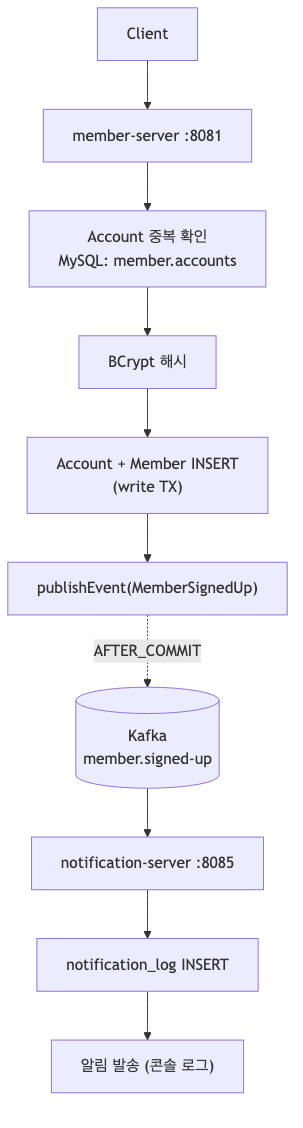
ing9990/deep-blog keeps this Mermaid diagram as mini-coupang/diagrams/img/01-member-signup.png. Above is the earlier version. Its source is kept beside it as mini-coupang/diagrams/src/01-member-signup.mmd.
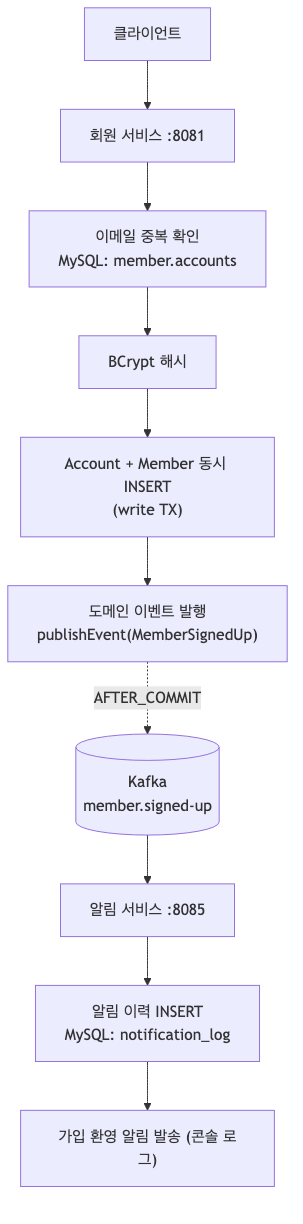
After the change.

What changed in the source:
```diff
@@ -1,10 +1,10 @@
 flowchart TD
-    C["Client"] --> MS["member-server :8081"]
-    MS --> V["Account 중복 확인<br/>MySQL: member.accounts"]
+    C["클라이언트"] --> MS["회원 서비스 :8081"]
+    MS --> V["이메일 중복 확인<br/>MySQL: member.accounts"]
     V --> H["BCrypt 해시"]
-    H --> I["Account + Member INSERT<br/>(write TX)"]
-    I --> P["publishEvent(MemberSignedUp)"]
+    H --> I["Account + Member 동시 INSERT<br/>(write TX)"]
+    I --> P["도메인 이벤트 발행<br/>publishEvent(MemberSignedUp)"]
     P -. "AFTER_COMMIT" .-> K[("Kafka<br/>member.signed-up")]
-    K --> NS["notification-server :8085"]
-    NS --> NL["notification_log INSERT"]
-    NL --> ND["알림 발송 (콘솔 로그)"]
+    K --> NS["알림 서비스 :8085"]
+    NS --> NL["알림 이력 INSERT<br/>MySQL: notification_log"]
+    NL --> ND["가입 환영 알림 발송 (콘솔 로그)"]
```
